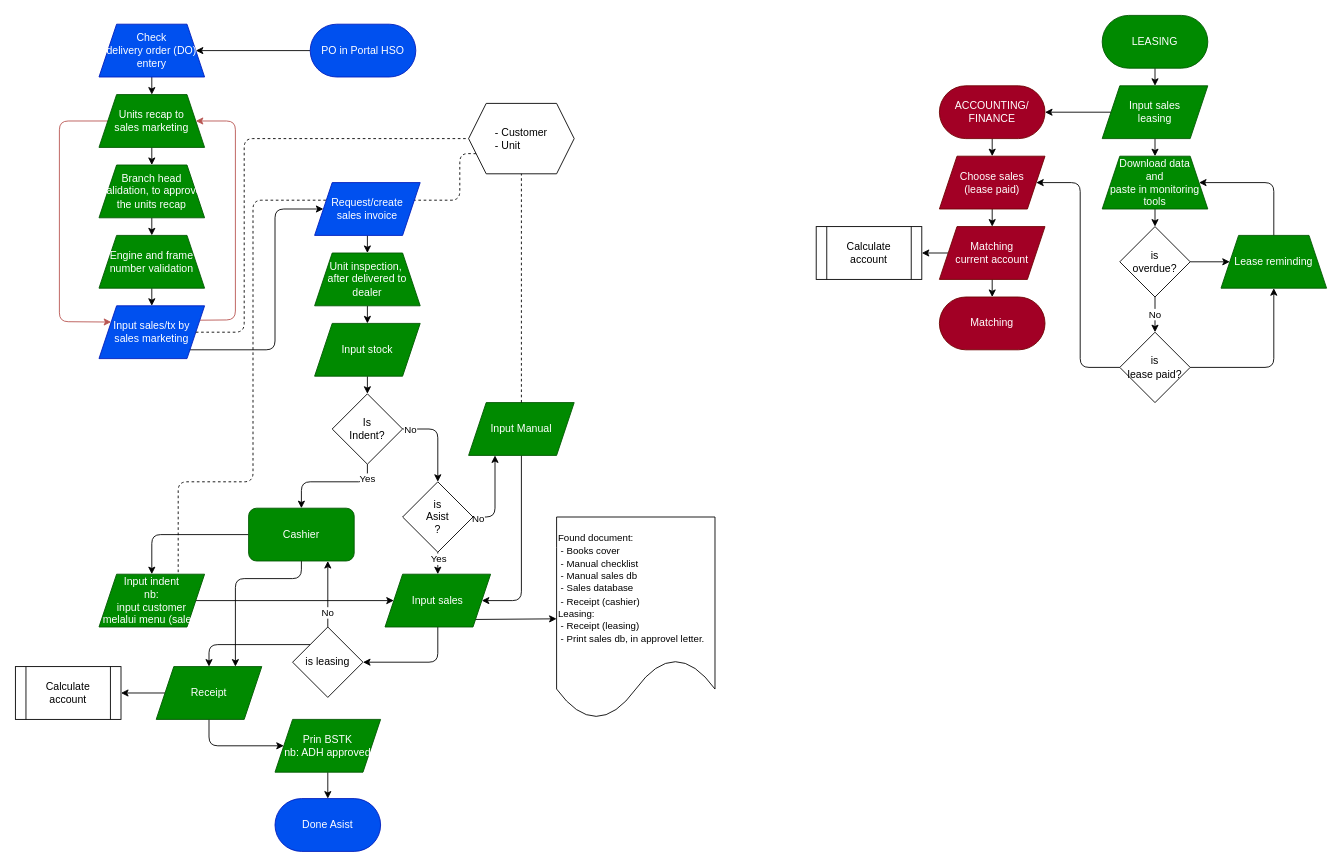
This is page "BSTK" (1 of 3) of flowDiagram.drawio from hondaprimadev/Honda-Prima, a draw.io file, before an edit. Source tidied: cells renumbered, new cells numbered last; positions are measured from the earlier drawing's top-left corner, leaving out a move shared by most shapes. Both pictures are drawn from the tidied source at 88%, with x=0, y=0 at pixel (15, 15).
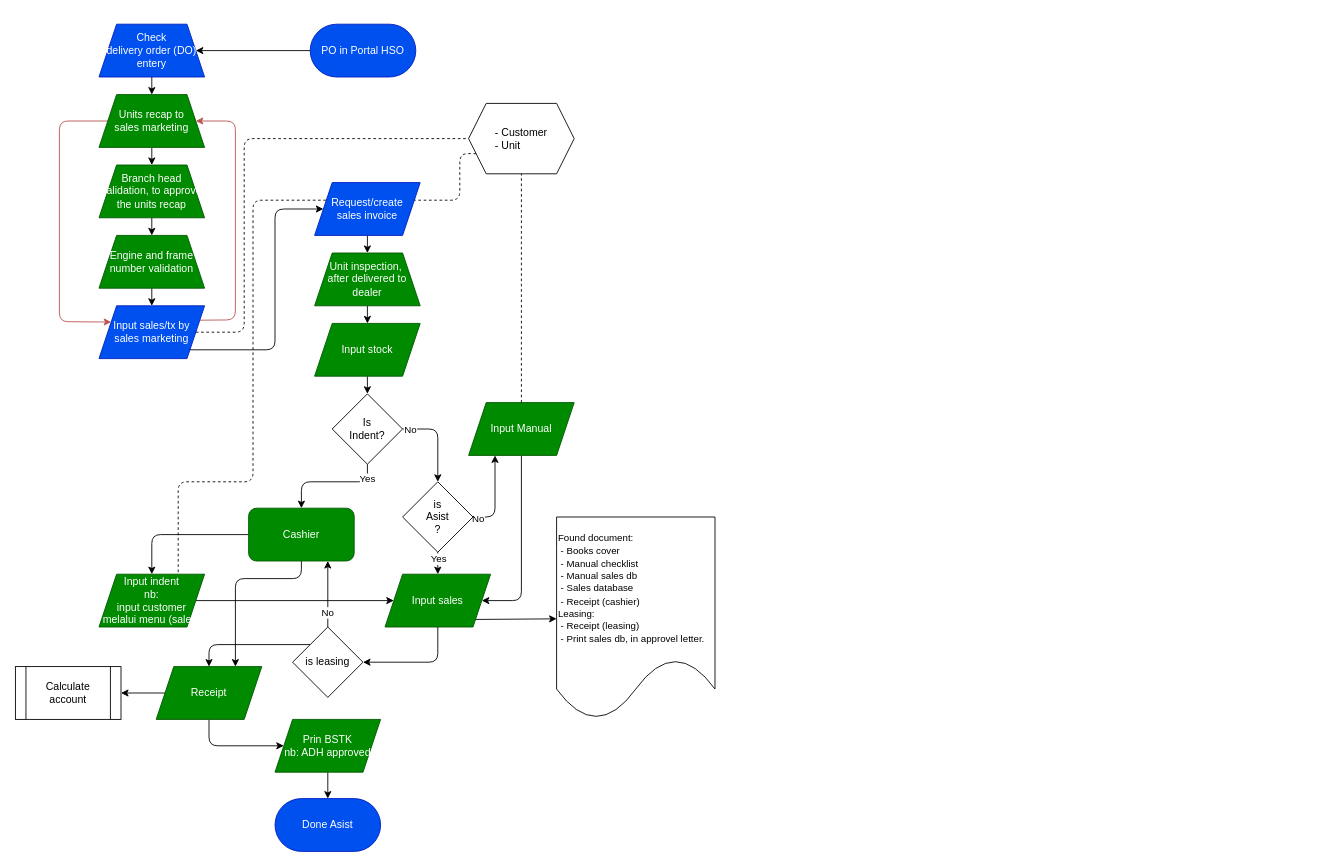
The same page after the edit.

The edit, as a diff of the source:
```diff
@@
-    <mxCell id="58" style="edgeStyle=none;html=1;" parent="1" edge="1" source="59" target="62">
-      <mxGeometry relative="1" as="geometry" />
-    </mxCell>
-    <mxCell id="59" value="LEASING" style="rounded=1;whiteSpace=wrap;html=1;arcSize=50;fillColor=#008a00;fontColor=#ffffff;strokeColor=#005700;" parent="1" vertex="1">
-      <mxGeometry x="1235" width="120" height="60" as="geometry" />
-    </mxCell>
-    <mxCell id="60" style="edgeStyle=none;html=1;" parent="1" edge="1" source="62" target="66">
-      <mxGeometry relative="1" as="geometry" />
-    </mxCell>
-    <mxCell id="61" style="edgeStyle=none;html=1;exitX=0;exitY=0.5;exitDx=0;exitDy=0;entryX=1;entryY=0.5;entryDx=0;entryDy=0;" parent="1" edge="1" source="62" target="64">
-      <mxGeometry relative="1" as="geometry" />
-    </mxCell>
-    <mxCell id="62" value="Input sales&lt;br&gt;leasing" style="shape=parallelogram;perimeter=parallelogramPerimeter;whiteSpace=wrap;html=1;fixedSize=1;fillColor=#008a00;fontColor=#ffffff;strokeColor=#005700;" parent="1" vertex="1">
-      <mxGeometry x="1235" y="80" width="120" height="60" as="geometry" />
-    </mxCell>
-    <mxCell id="63" style="edgeStyle=none;html=1;exitX=0.5;exitY=1;exitDx=0;exitDy=0;entryX=0.5;entryY=0;entryDx=0;entryDy=0;" parent="1" edge="1" source="64" target="68">
-      <mxGeometry relative="1" as="geometry" />
-    </mxCell>
-    <mxCell id="64" value="ACCOUNTING/&lt;br&gt;FINANCE" style="rounded=1;whiteSpace=wrap;html=1;arcSize=50;fillColor=#a20025;fontColor=#ffffff;strokeColor=#6F0000;" parent="1" vertex="1">
-      <mxGeometry x="1050" y="80" width="120" height="60" as="geometry" />
-    </mxCell>
-    <mxCell id="65" style="edgeStyle=none;html=1;" parent="1" edge="1" source="66" target="76">
-      <mxGeometry relative="1" as="geometry" />
-    </mxCell>
-    <mxCell id="66" value="Download data&lt;br&gt;and&lt;br&gt;paste in monitoring tools" style="shape=trapezoid;perimeter=trapezoidPerimeter;whiteSpace=wrap;html=1;fixedSize=1;fillColor=#008a00;strokeColor=#005700;fontColor=#ffffff;" parent="1" vertex="1">
-      <mxGeometry x="1235" y="160" width="120" height="60" as="geometry" />
-    </mxCell>
-    <mxCell id="67" style="edgeStyle=none;html=1;" parent="1" edge="1" source="68" target="71">
-      <mxGeometry relative="1" as="geometry" />
-    </mxCell>
-    <mxCell id="68" value="Choose sales&lt;br&gt;(lease paid)" style="shape=parallelogram;perimeter=parallelogramPerimeter;whiteSpace=wrap;html=1;fixedSize=1;fillColor=#a20025;fontColor=#ffffff;strokeColor=#6F0000;" parent="1" vertex="1">
-      <mxGeometry x="1050" y="160" width="120" height="60" as="geometry" />
-    </mxCell>
-    <mxCell id="69" style="edgeStyle=none;html=1;exitX=0;exitY=0.5;exitDx=0;exitDy=0;entryX=1;entryY=0.5;entryDx=0;entryDy=0;" parent="1" edge="1" source="71" target="72">
-      <mxGeometry relative="1" as="geometry" />
-    </mxCell>
-    <mxCell id="70" style="edgeStyle=none;html=1;" parent="1" edge="1" source="71" target="73">
-      <mxGeometry relative="1" as="geometry" />
-    </mxCell>
-    <mxCell id="71" value="Matching&lt;br&gt;current account" style="shape=parallelogram;perimeter=parallelogramPerimeter;whiteSpace=wrap;html=1;fixedSize=1;fillColor=#a20025;fontColor=#ffffff;strokeColor=#6F0000;" parent="1" vertex="1">
-      <mxGeometry x="1050" y="240" width="120" height="60" as="geometry" />
-    </mxCell>
-    <mxCell id="72" value="Calculate&lt;br&gt;account" style="shape=process;whiteSpace=wrap;html=1;backgroundOutline=1;" parent="1" vertex="1">
-      <mxGeometry x="910" y="240" width="120" height="60" as="geometry" />
-    </mxCell>
-    <mxCell id="73" value="Matching" style="rounded=1;whiteSpace=wrap;html=1;arcSize=50;fillColor=#a20025;fontColor=#ffffff;strokeColor=#6F0000;" parent="1" vertex="1">
-      <mxGeometry x="1050" y="320" width="120" height="60" as="geometry" />
-    </mxCell>
-    <mxCell id="74" value="No" style="edgeStyle=none;html=1;" parent="1" edge="1" source="76" target="79">
-      <mxGeometry relative="1" as="geometry" />
-    </mxCell>
-    <mxCell id="75" style="edgeStyle=none;html=1;entryX=0;entryY=0.5;entryDx=0;entryDy=0;" parent="1" edge="1" source="76" target="81">
-      <mxGeometry relative="1" as="geometry" />
-    </mxCell>
-    <mxCell id="76" value="is&lt;br&gt;overdue?" style="rhombus;whiteSpace=wrap;html=1;" parent="1" vertex="1">
-      <mxGeometry x="1255" y="240" width="80" height="80" as="geometry" />
-    </mxCell>
-    <mxCell id="77" style="edgeStyle=none;html=1;exitX=0;exitY=0.5;exitDx=0;exitDy=0;entryX=1;entryY=0.5;entryDx=0;entryDy=0;" parent="1" edge="1" source="79" target="68">
-      <mxGeometry relative="1" as="geometry">
-        <Array as="points">
-          <mxPoint x="1210" y="400" />
-          <mxPoint x="1210" y="190" />
-        </Array>
-      </mxGeometry>
-    </mxCell>
-    <mxCell id="78" style="edgeStyle=none;html=1;exitX=1;exitY=0.5;exitDx=0;exitDy=0;entryX=0.5;entryY=1;entryDx=0;entryDy=0;" parent="1" edge="1" source="79" target="81">
-      <mxGeometry relative="1" as="geometry">
-        <Array as="points">
-          <mxPoint x="1430" y="400" />
-        </Array>
-      </mxGeometry>
-    </mxCell>
-    <mxCell id="79" value="is&lt;br&gt;lease paid?" style="rhombus;whiteSpace=wrap;html=1;" parent="1" vertex="1">
-      <mxGeometry x="1255" y="360" width="80" height="80" as="geometry" />
-    </mxCell>
-    <mxCell id="80" style="edgeStyle=none;html=1;exitX=0.5;exitY=0;exitDx=0;exitDy=0;entryX=1;entryY=0.5;entryDx=0;entryDy=0;" parent="1" edge="1" source="81" target="66">
-      <mxGeometry relative="1" as="geometry">
-        <Array as="points">
-          <mxPoint x="1430" y="190" />
-        </Array>
-      </mxGeometry>
-    </mxCell>
-    <mxCell id="81" value="Lease reminding" style="shape=trapezoid;perimeter=trapezoidPerimeter;whiteSpace=wrap;html=1;fixedSize=1;fillColor=#008a00;strokeColor=#005700;fontColor=#ffffff;" parent="1" vertex="1">
-      <mxGeometry x="1370" y="250" width="120" height="60" as="geometry" />
-    </mxCell>
```
